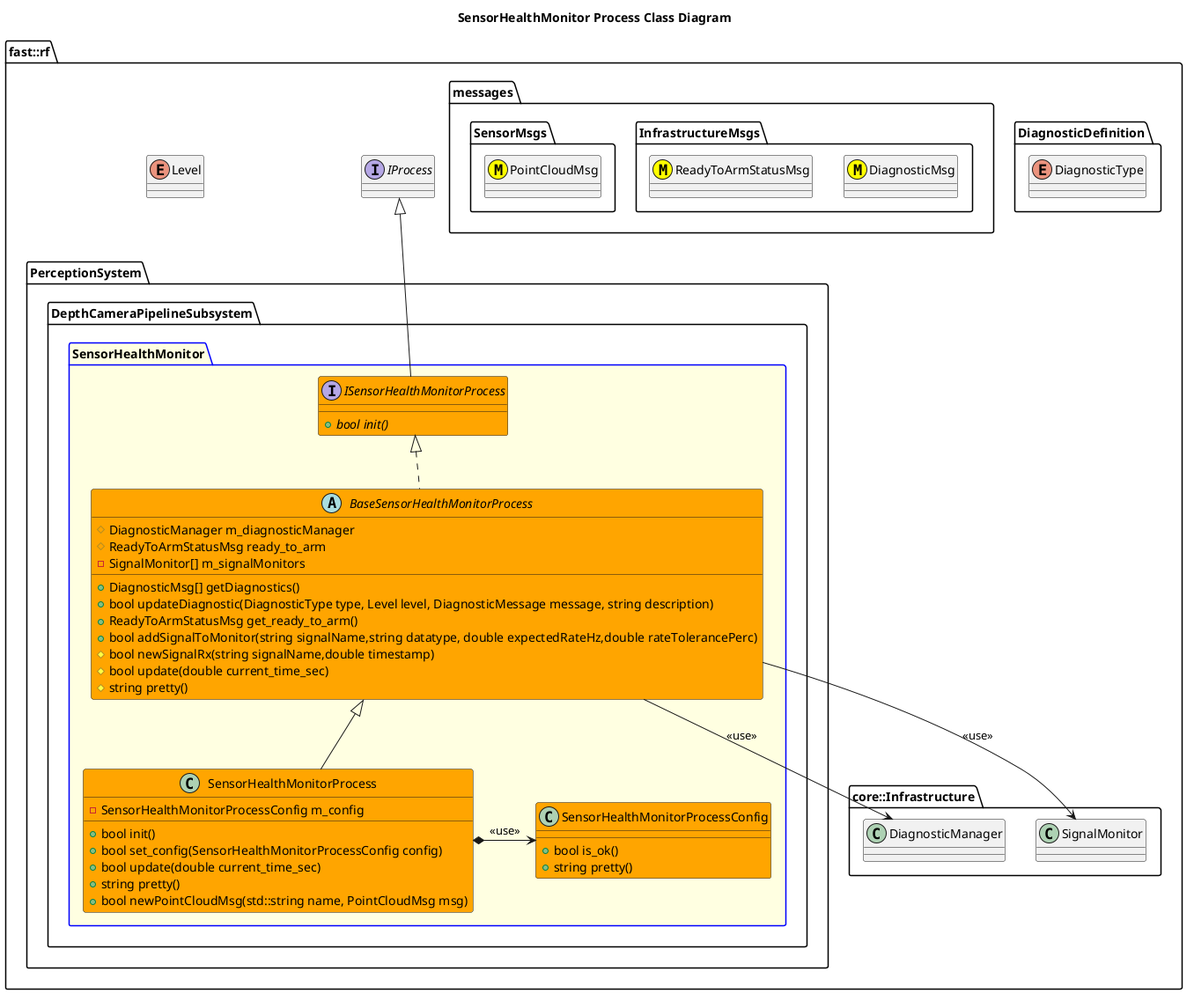
The PlantUML diagram Systems/Perception/Subsystems/DepthCameraPipeline/Processes/SensorHealthMonitor/doc/puml/SensorHealthMonitorProcessClassDiagram.png in fastrobotics/robot_framework, before a commit.
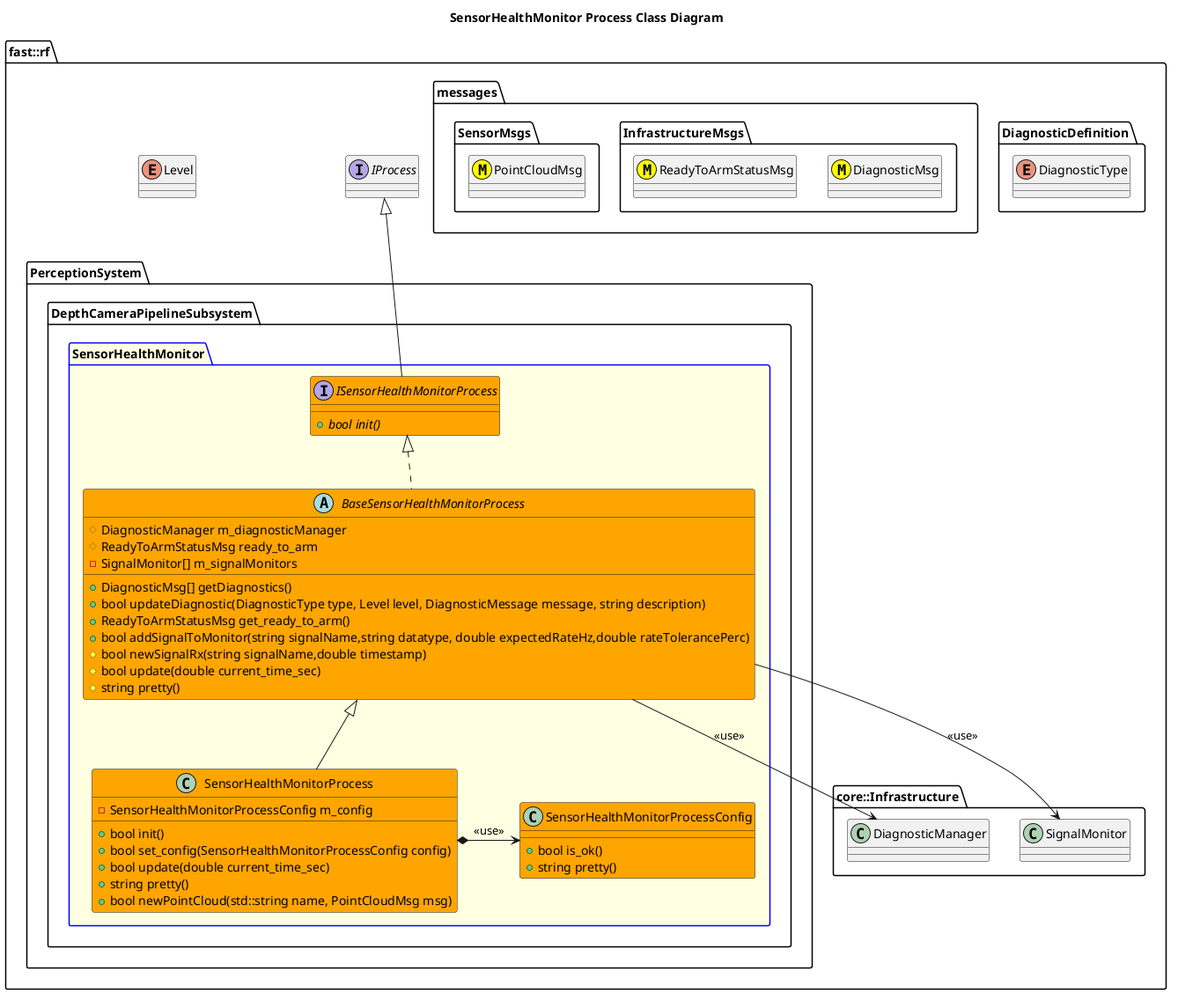
Later version of the same file.

Diff of the diagram source:
```diff
@@ -54,7 +54,7 @@
                 +bool set_config(SensorHealthMonitorProcessConfig config)
                 +bool update(double current_time_sec)
                 +string pretty()
-                +bool newPointCloudMsg(std::string name, PointCloudMsg msg)
+                +bool newPointCloud(std::string name, PointCloudMsg msg)
                 -SensorHealthMonitorProcessConfig m_config
             }
             SensorHealthMonitorProcess -up-|> BaseSensorHealthMonitorProcess
```
